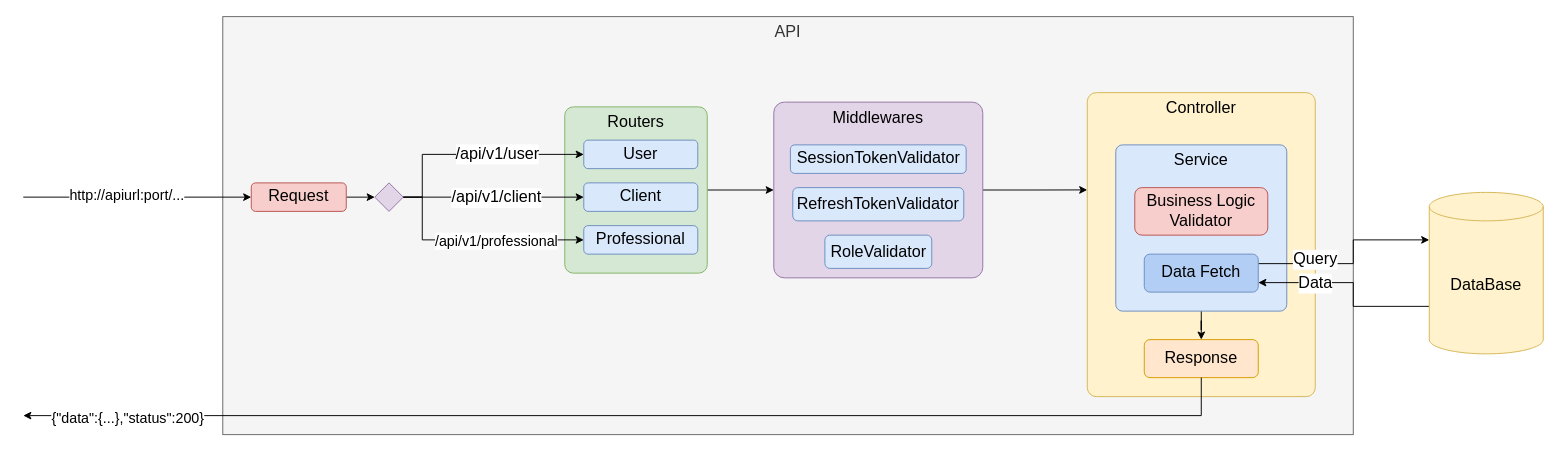
Earlier version of the draw.io diagram diagrams/Arquitetura Funcional.drawio (Install-Go/install_and_go). Source tidied: cells renumbered, new cells numbered last; positions are measured from the earlier drawing's top-left corner, leaving out a move shared by most shapes. Both pictures are drawn from the tidied source at 95%, with x=0, y=0 at pixel (23, 16).
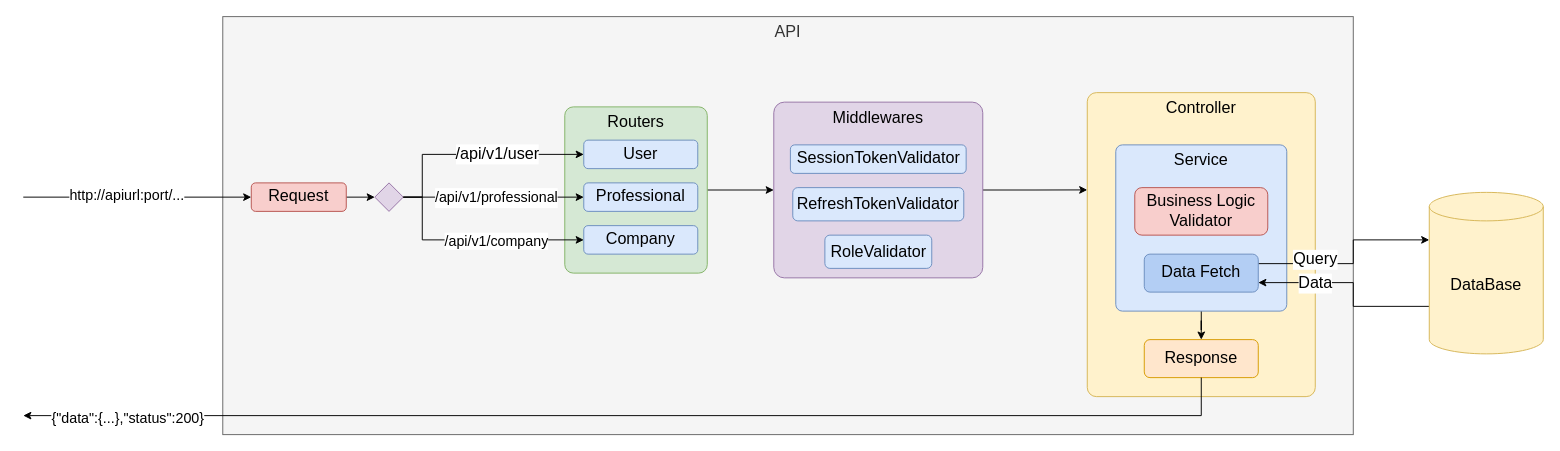
After the change.

The change refers to these unchanged cells:
```xml
<mxCell id="29" style="edgeStyle=orthogonalEdgeStyle;rounded=0;jettySize=auto;html=1;exitX=1;exitY=0.5;exitDx=0;exitDy=0;entryX=0;entryY=0.5;entryDx=0;entryDy=0;fontSize=17;" parent="1" edge="1" source="5" target="12">
  <mxGeometry relative="1" as="geometry" />
</mxCell>
<mxCell id="31" style="edgeStyle=orthogonalEdgeStyle;rounded=0;jettySize=auto;html=1;exitX=1;exitY=0.5;exitDx=0;exitDy=0;entryX=0;entryY=0.5;entryDx=0;entryDy=0;fontSize=17;" parent="1" edge="1" source="5" target="13">
  <mxGeometry relative="1" as="geometry">
    <Array as="points">
      <mxPoint x="420" y="190" />
      <mxPoint x="420" y="235" />
    </Array>
  </mxGeometry>
</mxCell>
```

The edit, as a diff of the source:
```diff
@@
-    <mxCell id="12" value="Client" style="rounded=1;whiteSpace=wrap;html=1;fontSize=17;fillColor=#dae8fc;strokeColor=#6c8ebf;" parent="1" vertex="1">
+    <mxCell id="12" value="Professional" style="rounded=1;whiteSpace=wrap;html=1;fontSize=17;fillColor=#dae8fc;strokeColor=#6c8ebf;" parent="1" vertex="1">
       <mxGeometry x="590" y="175" width="120" height="30" as="geometry" />
     </mxCell>
-    <mxCell id="13" value="Professional" style="rounded=1;whiteSpace=wrap;html=1;fontSize=17;fillColor=#dae8fc;strokeColor=#6c8ebf;" parent="1" vertex="1">
+    <mxCell id="13" value="Company" style="rounded=1;whiteSpace=wrap;html=1;fontSize=17;fillColor=#dae8fc;strokeColor=#6c8ebf;" parent="1" vertex="1">
       <mxGeometry x="590" y="220" width="120" height="30" as="geometry" />
     </mxCell>
@@
-    <mxCell id="30" value="/api/v1/client" style="edgeLabel;html=1;align=center;verticalAlign=middle;fontSize=17;" parent="29" vertex="1">
+    <mxCell id="30" value="&lt;font style=&quot;font-size: 15px;&quot;&gt;/api/v1/professional&lt;/font&gt;" style="edgeLabel;html=1;align=center;verticalAlign=middle;fontSize=17;" parent="29" vertex="1">
       <mxGeometry x="0.36" y="3" relative="1" as="geometry">
         <mxPoint x="-32" y="3" as="offset" />
       </mxGeometry>
     </mxCell>
@@
-    <mxCell id="32" value="/api/v1/professional" style="edgeLabel;html=1;align=center;verticalAlign=middle;fontSize=15;" parent="31" vertex="1">
+    <mxCell id="32" value="/api/v1/company" style="edgeLabel;html=1;align=center;verticalAlign=middle;fontSize=15;" parent="31" vertex="1">
       <mxGeometry x="0.21" y="-2" relative="1" as="geometry">
         <mxPoint y="-2" as="offset" />
       </mxGeometry>
     </mxCell>
```
